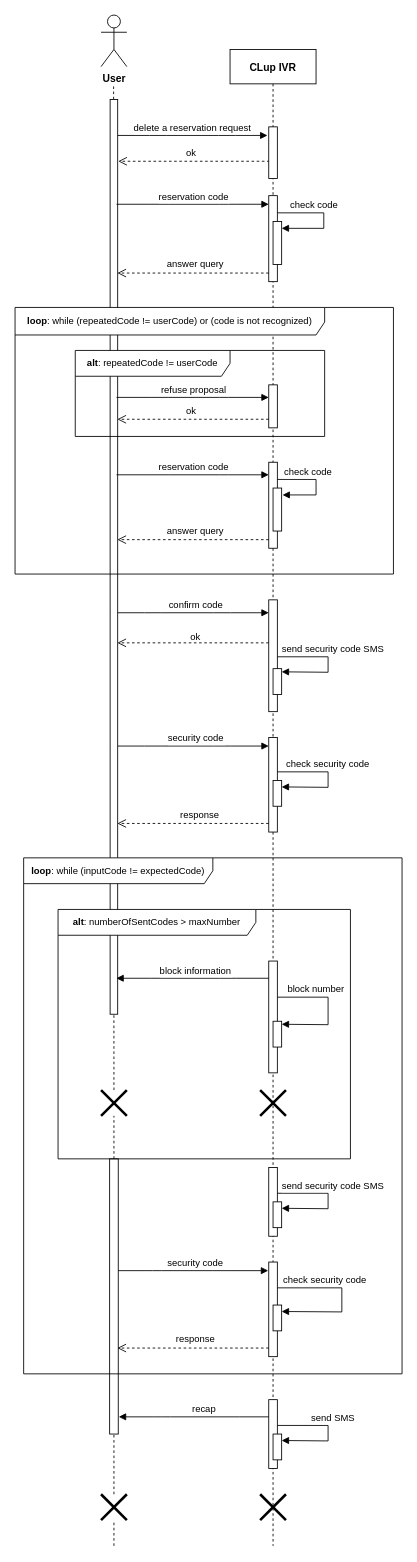
CosimoSguanci/SguanciSpataforaVergani-RASD-DD-ingsw2 keeps this draw.io diagram as RASD/assets/sequence_diagrams/CallCenterDeleteReservation.drawio. Above is the earlier version. Source tidied: cells renumbered, new cells numbered last; positions are measured from the earlier drawing's top-left corner, leaving out a move shared by most shapes. Both pictures are drawn from the tidied source at 86%, with x=0, y=0 at pixel (-344, 15).
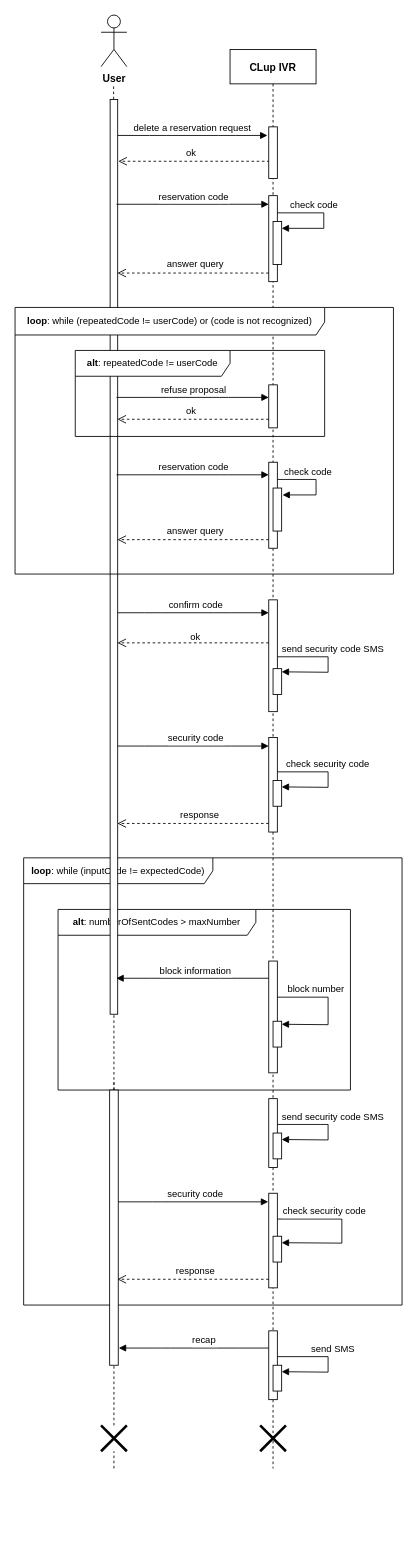
After the change.

Diff of the diagram source:
```diff
@@
+    <mxCell id="65" value="&lt;font style=&quot;font-size: 11px&quot;&gt;&lt;b&gt;loop&lt;/b&gt;: while (inputCode != expectedCode)&lt;/font&gt;" style="shape=umlFrame;whiteSpace=wrap;html=1;width=220;height=30;" parent="1" vertex="1">
+      <mxGeometry x="427" y="980" width="440" height="520" as="geometry" />
+    </mxCell>
+    <mxCell id="64" value="&lt;span style=&quot;font-size: 11px&quot;&gt;&lt;b&gt;alt&lt;/b&gt;: numberOfSentCodes &amp;gt; maxNumber&lt;/span&gt;" style="shape=umlFrame;whiteSpace=wrap;html=1;width=230;height=30;" parent="1" vertex="1">
+      <mxGeometry x="467" y="1040" width="340" height="210" as="geometry" />
+    </mxCell>
     <mxCell id="2" value="send SMS" style="verticalAlign=bottom;endArrow=block;shadow=0;strokeWidth=1;rounded=0;entryX=0.25;entryY=0;entryDx=0;entryDy=0;" parent="1" edge="1">
       <mxGeometry x="-0.06" y="6" relative="1" as="geometry">
-        <mxPoint x="717" y="1640" as="sourcePoint" />
-        <mxPoint x="727" y="1657.5" as="targetPoint" />
+        <mxPoint x="717" y="1560" as="sourcePoint" />
+        <mxPoint x="727" y="1577.5" as="targetPoint" />
         <Array as="points">
-          <mxPoint x="781" y="1640" />
-          <mxPoint x="781" y="1658" />
+          <mxPoint x="781" y="1560" />
+          <mxPoint x="781" y="1578" />
         </Array>
       </mxGeometry>
     </mxCell>
     <mxCell id="3" value="recap" style="verticalAlign=bottom;endArrow=block;shadow=0;strokeWidth=1;entryX=0.05;entryY=1.06;entryDx=0;entryDy=0;entryPerimeter=0;" parent="1" edge="1">
       <mxGeometry x="-0.08" relative="1" as="geometry">
-        <mxPoint x="722" y="1630" as="sourcePoint" />
-        <mxPoint x="537.6" y="1630" as="targetPoint" />
+        <mxPoint x="722" y="1550" as="sourcePoint" />
+        <mxPoint x="537.6" y="1550" as="targetPoint" />
         <Array as="points">
-          <mxPoint x="667.6" y="1630" />
-          <mxPoint x="587.6" y="1630" />
+          <mxPoint x="667.6" y="1550" />
+          <mxPoint x="587.6" y="1550" />
         </Array>
       </mxGeometry>
     </mxCell>
-    <mxCell id="4" value="check security code" style="verticalAlign=bottom;endArrow=block;shadow=0;strokeWidth=1;rounded=0;entryX=0.25;entryY=0;entryDx=0;entryDy=0;" parent="1" edge="1" source="13">
+    <mxCell id="4" value="check security code" style="verticalAlign=bottom;endArrow=block;shadow=0;strokeWidth=1;rounded=0;entryX=0.25;entryY=0;entryDx=0;entryDy=0;" parent="1" edge="1">
       <mxGeometry x="-0.32" relative="1" as="geometry">
-        <mxPoint x="727" y="1507.5" as="targetPoint" />
+        <mxPoint x="716.1" y="1400" as="sourcePoint" />
+        <mxPoint x="727" y="1427.5" as="targetPoint" />
         <Array as="points">
-          <mxPoint x="797" y="1480" />
-          <mxPoint x="797" y="1508" />
+          <mxPoint x="797" y="1400" />
+          <mxPoint x="797" y="1428" />
         </Array>
       </mxGeometry>
     </mxCell>
     <mxCell id="5" value="security code" style="verticalAlign=bottom;endArrow=block;shadow=0;strokeWidth=1;entryX=0.05;entryY=1.06;entryDx=0;entryDy=0;entryPerimeter=0;" parent="1" edge="1">
       <mxGeometry x="0.08" relative="1" as="geometry">
-        <mxPoint x="527" y="1460" as="sourcePoint" />
-        <mxPoint x="711.4" y="1460" as="targetPoint" />
+        <mxPoint x="527" y="1380" as="sourcePoint" />
+        <mxPoint x="711.4" y="1380" as="targetPoint" />
         <Array as="points">
-          <mxPoint x="577" y="1460" />
-          <mxPoint x="657" y="1460" />
+          <mxPoint x="577" y="1380" />
+          <mxPoint x="657" y="1380" />
         </Array>
       </mxGeometry>
     </mxCell>
     <mxCell id="6" value="send security code SMS" style="verticalAlign=bottom;endArrow=block;shadow=0;strokeWidth=1;rounded=0;entryX=0.25;entryY=0;entryDx=0;entryDy=0;" parent="1" edge="1">
       <mxGeometry x="-0.06" y="6" relative="1" as="geometry">
-        <mxPoint x="717" y="1370" as="sourcePoint" />
-        <mxPoint x="727" y="1387.5" as="targetPoint" />
+        <mxPoint x="717" y="1290" as="sourcePoint" />
+        <mxPoint x="727" y="1307.5" as="targetPoint" />
         <Array as="points">
-          <mxPoint x="781" y="1370" />
-          <mxPoint x="781" y="1388" />
+          <mxPoint x="781" y="1290" />
+          <mxPoint x="781" y="1308" />
         </Array>
       </mxGeometry>
     </mxCell>
@@
     <mxCell id="13" value="CLup IVR" style="shape=umlLifeline;perimeter=lifelinePerimeter;rounded=0;shadow=0;strokeWidth=1;fontStyle=1;" parent="1" vertex="1">
-      <mxGeometry x="667" y="40" width="100" height="1740" as="geometry" />
+      <mxGeometry x="667" y="40" width="100" height="1650" as="geometry" />
     </mxCell>
@@
-    <mxCell id="22" style="shape=umlDestroy;whiteSpace=wrap;html=1;strokeWidth=3;fontSize=11;" parent="13" vertex="1">
-      <mxGeometry x="35" y="1210" width="30" height="30" as="geometry" />
-    </mxCell>
     <mxCell id="23" style="perimeter=orthogonalPerimeter;rounded=0;shadow=0;strokeWidth=1;" parent="13" vertex="1">
-      <mxGeometry x="45" y="1300" width="10" height="80" as="geometry" />
+      <mxGeometry x="45" y="1220" width="10" height="80" as="geometry" />
     </mxCell>
     <mxCell id="24" style="rounded=0;whiteSpace=wrap;html=1;fontSize=11;direction=south;" parent="13" vertex="1">
-      <mxGeometry x="50" y="1340" width="10" height="30" as="geometry" />
+      <mxGeometry x="50" y="1260" width="10" height="30" as="geometry" />
     </mxCell>
     <mxCell id="25" style="perimeter=orthogonalPerimeter;rounded=0;shadow=0;strokeWidth=1;" parent="13" vertex="1">
-      <mxGeometry x="45" y="1410" width="10" height="110" as="geometry" />
+      <mxGeometry x="45" y="1330" width="10" height="110" as="geometry" />
     </mxCell>
     <mxCell id="26" style="rounded=0;whiteSpace=wrap;html=1;fontSize=11;direction=south;" parent="13" vertex="1">
-      <mxGeometry x="50" y="1460" width="10" height="30" as="geometry" />
+      <mxGeometry x="50" y="1380" width="10" height="30" as="geometry" />
     </mxCell>
     <mxCell id="27" style="rounded=0;whiteSpace=wrap;html=1;direction=south;" parent="13" vertex="1">
-      <mxGeometry x="45" y="1570" width="10" height="80" as="geometry" />
+      <mxGeometry x="45" y="1490" width="10" height="80" as="geometry" />
     </mxCell>
     <mxCell id="28" style="rounded=0;whiteSpace=wrap;html=1;direction=south;" parent="13" vertex="1">
-      <mxGeometry x="50" y="1610" width="10" height="30" as="geometry" />
+      <mxGeometry x="50" y="1530" width="10" height="30" as="geometry" />
     </mxCell>
     <mxCell id="29" style="shape=umlDestroy;whiteSpace=wrap;html=1;strokeWidth=3;fontSize=11;" parent="13" vertex="1">
-      <mxGeometry x="35" y="1680" width="30" height="30" as="geometry" />
+      <mxGeometry x="35" y="1600" width="30" height="30" as="geometry" />
     </mxCell>
@@
-    <mxCell id="34" style="endArrow=none;dashed=1;html=1;" parent="1" edge="1" source="55">
+    <mxCell id="34" style="endArrow=none;dashed=1;html=1;" parent="1" edge="1">
       <mxGeometry relative="1" as="geometry">
+        <mxPoint x="532" y="1250" as="sourcePoint" />
         <mxPoint x="531.6" y="80" as="targetPoint" />
       </mxGeometry>
     </mxCell>
@@
-    <mxCell id="55" style="shape=umlDestroy;whiteSpace=wrap;html=1;strokeWidth=3;fontSize=11;" parent="1" vertex="1">
-      <mxGeometry x="517" y="1250" width="30" height="30" as="geometry" />
-    </mxCell>
-    <mxCell id="56" style="endArrow=none;dashed=1;html=1;" parent="1" edge="1" source="60" target="55">
-      <mxGeometry relative="1" as="geometry" />
+    <mxCell id="56" style="endArrow=none;dashed=1;html=1;" parent="1" edge="1" source="60">
+      <mxGeometry relative="1" as="geometry">
+        <mxPoint x="532" y="1240" as="targetPoint" />
+      </mxGeometry>
     </mxCell>
     <mxCell id="57" style="perimeter=orthogonalPerimeter;rounded=0;shadow=0;strokeWidth=1;" parent="1" vertex="1">
-      <mxGeometry x="527" y="1330" width="10" height="320" as="geometry" />
+      <mxGeometry x="527" y="1250" width="10" height="320" as="geometry" />
     </mxCell>
     <mxCell id="58" style="verticalAlign=bottom;endArrow=open;dashed=1;endSize=8;shadow=0;strokeWidth=1;" parent="1" edge="1">
       <mxGeometry y="-39" relative="1" as="geometry">
-        <mxPoint x="712" y="1550" as="sourcePoint" />
-        <mxPoint x="536" y="1550" as="targetPoint" />
+        <mxPoint x="712" y="1470" as="sourcePoint" />
+        <mxPoint x="536" y="1470" as="targetPoint" />
       </mxGeometry>
     </mxCell>
     <mxCell id="59" value="&lt;font style=&quot;font-size: 11px&quot;&gt;response&lt;/font&gt;" style="text;html=1;strokeColor=none;fillColor=none;align=center;verticalAlign=middle;whiteSpace=wrap;rounded=0;" parent="1" vertex="1">
-      <mxGeometry x="607" y="1530" width="40" height="20" as="geometry" />
+      <mxGeometry x="607" y="1450" width="40" height="20" as="geometry" />
     </mxCell>
     <mxCell id="60" style="shape=umlDestroy;whiteSpace=wrap;html=1;strokeWidth=3;fontSize=11;" parent="1" vertex="1">
-      <mxGeometry x="517" y="1720" width="30" height="30" as="geometry" />
+      <mxGeometry x="517" y="1640" width="30" height="30" as="geometry" />
     </mxCell>
     <mxCell id="61" style="endArrow=none;dashed=1;html=1;" parent="1" edge="1" target="60">
       <mxGeometry relative="1" as="geometry">
-        <mxPoint x="532" y="1780" as="sourcePoint" />
+        <mxPoint x="532" y="1690" as="sourcePoint" />
       </mxGeometry>
     </mxCell>
@@
-    <mxCell id="64" value="&lt;span style=&quot;font-size: 11px&quot;&gt;&lt;b&gt;alt&lt;/b&gt;: numberOfSentCodes &amp;gt; maxNumber&lt;/span&gt;" style="shape=umlFrame;whiteSpace=wrap;html=1;width=230;height=30;" parent="1" vertex="1">
-      <mxGeometry x="467" y="1040" width="340" height="290" as="geometry" />
-    </mxCell>
-    <mxCell id="65" value="&lt;font style=&quot;font-size: 11px&quot;&gt;&lt;b&gt;loop&lt;/b&gt;: while (inputCode != expectedCode)&lt;/font&gt;" style="shape=umlFrame;whiteSpace=wrap;html=1;width=220;height=30;" parent="1" vertex="1">
-      <mxGeometry x="427" y="980" width="440" height="600" as="geometry" />
-    </mxCell>
```
